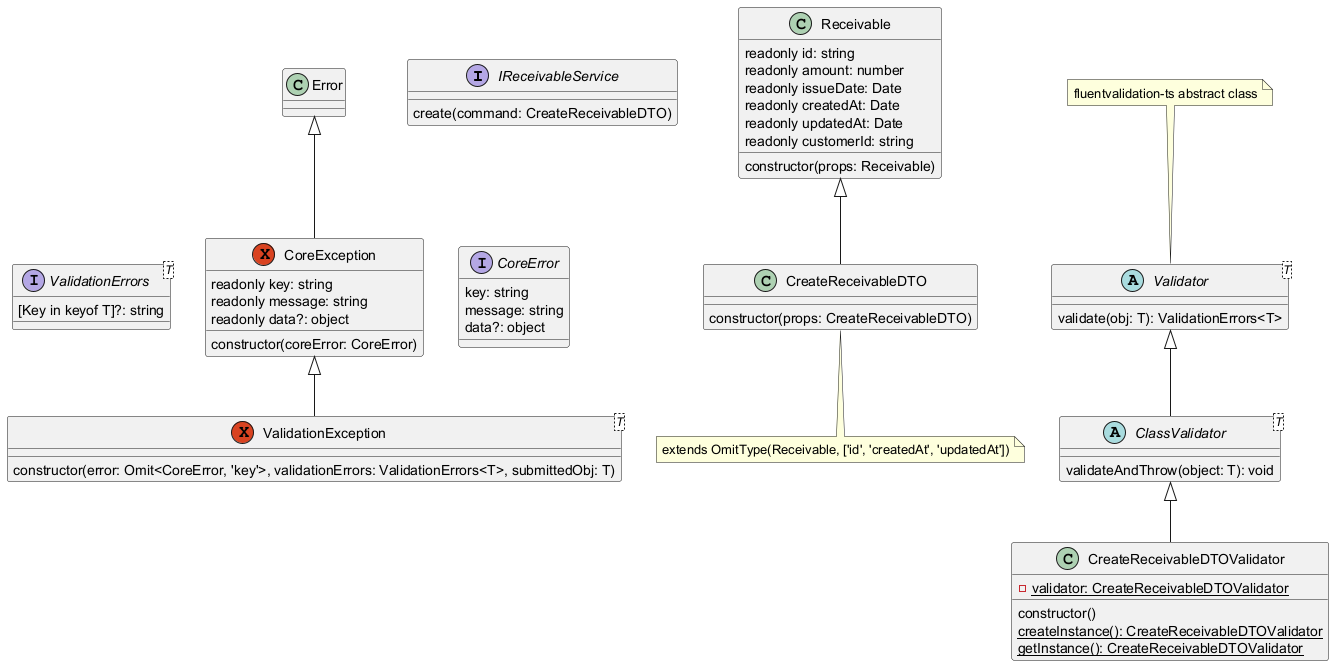
Earlier version of the PlantUML export docs/ClassValidatorUML.png (giancarloCavalli/class-validation-ts).
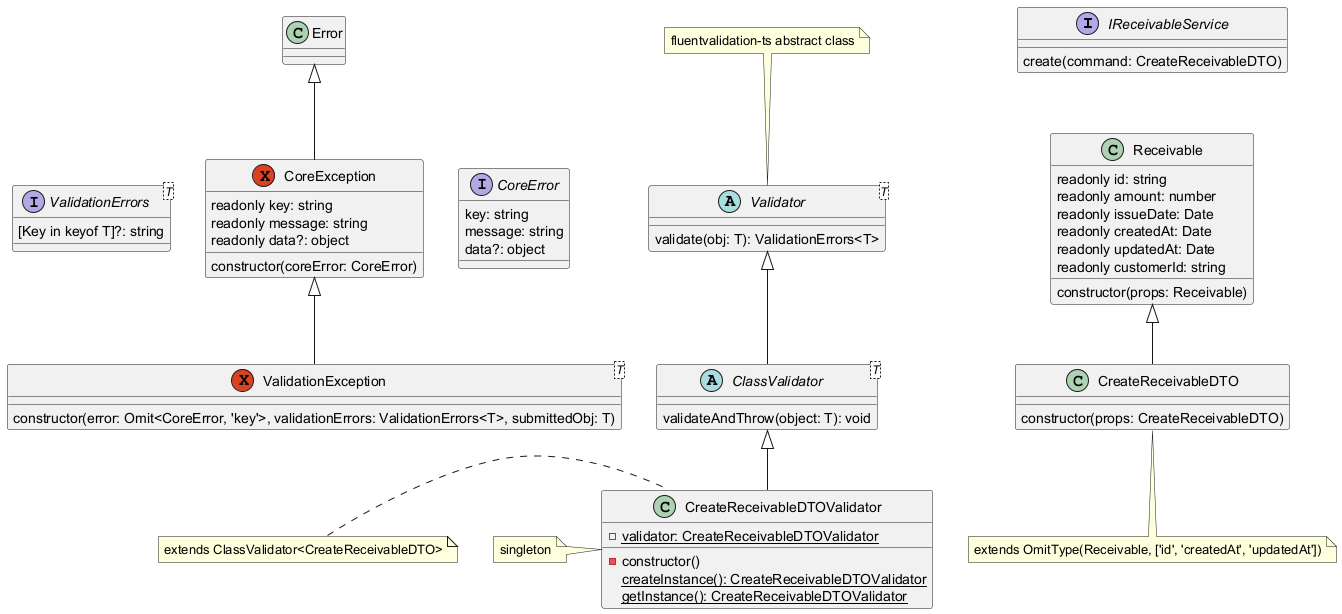
The same diagram one commit later.

Commit message:
docs: changes to class validation UML diagram

The edit, as a diff of the source:
```diff
@@ -14,6 +14,8 @@
 
   constructor(props: Receivable)
 }
+
+IReceivableService --[hidden]d> Receivable
 
 class CreateReceivableDTO extends Receivable {
   constructor(props: CreateReceivableDTO)
@@ -34,10 +36,13 @@
 class CreateReceivableDTOValidator extends ClassValidator {
   - {static} validator: CreateReceivableDTOValidator
 
-  constructor()
+  - constructor()
   {static} createInstance(): CreateReceivableDTOValidator
   {static} getInstance(): CreateReceivableDTOValidator
 }
+
+note left of CreateReceivableDTOValidator : extends ClassValidator<CreateReceivableDTO>
+note left of CreateReceivableDTOValidator : singleton
 
 exception CoreException extends Error {
   readonly key: string
```
